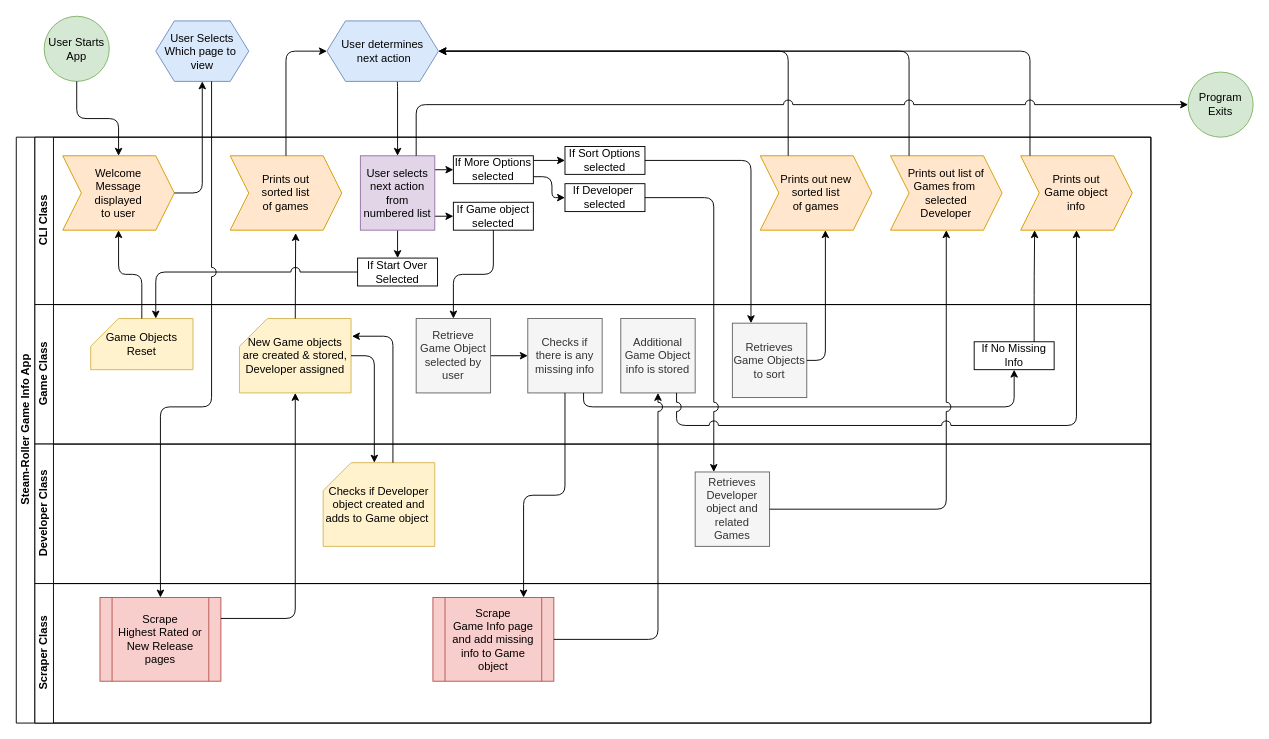
Before: SteamRoller_Outline.drawio in kingsley113/Cams-super-awesome-repository, a draw.io diagram. Source tidied: cells renumbered, new cells numbered last; positions are measured from the earlier drawing's top-left corner, leaving out a move shared by most shapes. Both pictures are drawn from the tidied source at 93%, with x=0, y=0 at pixel (16, 16).
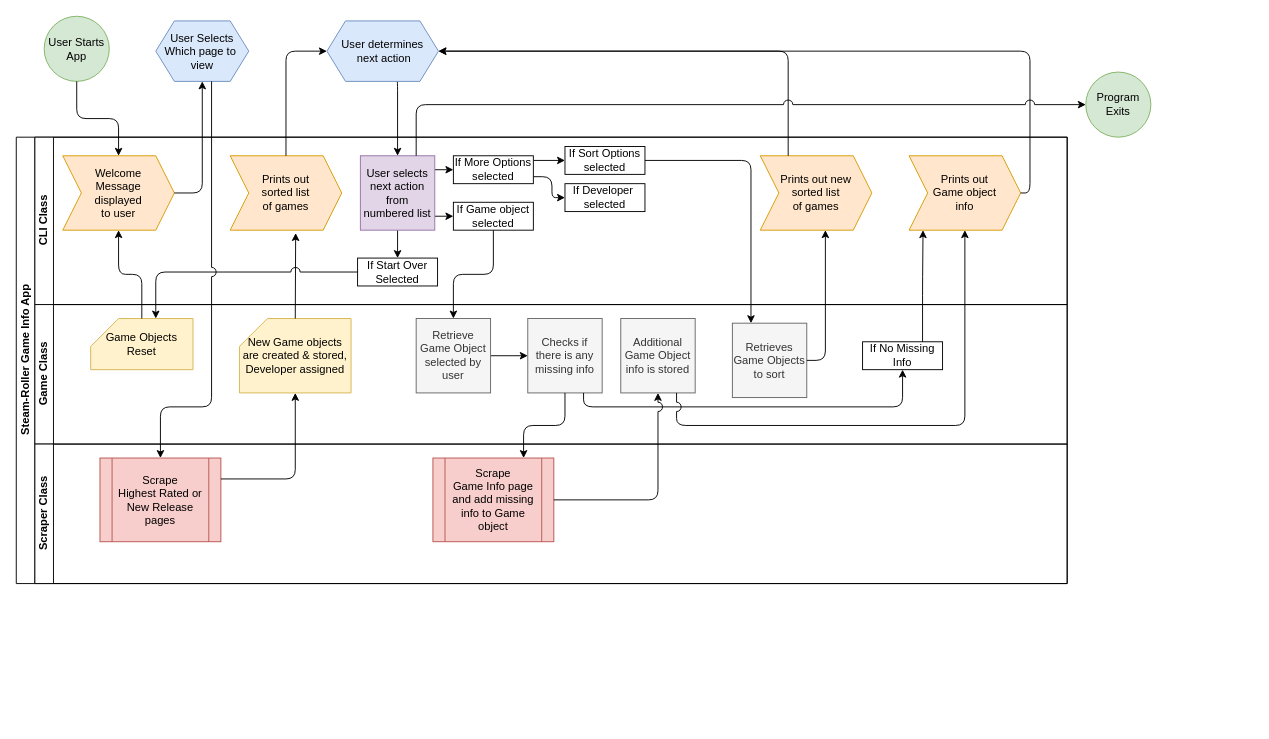
Above is the later version.

Unchanged cells that the change refers to:
```xml
<mxCell id="15" value="If Developer&amp;nbsp;&lt;br&gt;selected" style="whiteSpace=wrap;html=1;fontFamily=Helvetica;fontSize=12;align=center;" parent="3" vertex="1">
  <mxGeometry x="570" y="50" width="86" height="30" as="geometry" />
</mxCell>
<mxCell id="21" value="New Game objects are created &amp;amp; stored, Developer assigned" style="shape=card;whiteSpace=wrap;html=1;glass=0;fillColor=#fff2cc;strokeColor=#d6b656;" parent="20" vertex="1">
  <mxGeometry x="220" y="15" width="120" height="80" as="geometry" />
</mxCell>
<mxCell id="24" value="Additional Game Object info is stored" style="whiteSpace=wrap;html=1;glass=0;fillColor=#f5f5f5;strokeColor=#666666;fontColor=#333333;" parent="20" vertex="1">
  <mxGeometry x="630" y="15" width="80" height="80" as="geometry" />
</mxCell>
<mxCell id="26" value="Checks if there is any missing info" style="whiteSpace=wrap;html=1;glass=0;fillColor=#f5f5f5;strokeColor=#666666;fontColor=#333333;" parent="20" vertex="1">
  <mxGeometry x="530" y="15" width="80" height="80" as="geometry" />
</mxCell>
<mxCell id="57" value="User determines&lt;br&gt;&amp;nbsp;next action" style="shape=hexagon;perimeter=hexagonPerimeter2;whiteSpace=wrap;html=1;fixedSize=1;glass=0;fillColor=#dae8fc;strokeColor=#6c8ebf;" parent="1" vertex="1">
  <mxGeometry x="334" y="5" width="120" height="65" as="geometry" />
</mxCell>
```

Change to the diagram source:
```diff
@@
     <mxCell id="2" value="Steam-Roller Game Info App" style="swimlane;html=1;horizontal=0;startSize=20;" parent="1" vertex="1">
-      <mxGeometry y="130" width="1220" height="630" as="geometry" />
+      <mxGeometry y="130" width="1130" height="480" as="geometry" />
     </mxCell>
     <mxCell id="3" value="CLI Class" style="swimlane;html=1;startSize=20;horizontal=0;perimeterSpacing=1;glass=0;" parent="2" vertex="1">
-      <mxGeometry x="20" width="1200" height="180" as="geometry" />
+      <mxGeometry x="20" width="1110" height="180" as="geometry" />
     </mxCell>
@@
-    <mxCell id="17" value="Prints out list of Games from&amp;nbsp;&lt;br&gt;selected &lt;br&gt;Developer" style="shape=step;perimeter=stepPerimeter;whiteSpace=wrap;html=1;fixedSize=1;glass=0;fillColor=#ffe6cc;strokeColor=#d79b00;" parent="3" vertex="1">
-      <mxGeometry x="920" y="20" width="120" height="80" as="geometry" />
-    </mxCell>
     <mxCell id="18" value="Prints out &lt;br&gt;Game object &lt;br&gt;info" style="shape=step;perimeter=stepPerimeter;whiteSpace=wrap;html=1;fixedSize=1;glass=0;fillColor=#ffe6cc;strokeColor=#d79b00;" parent="3" vertex="1">
-      <mxGeometry x="1060" y="20" width="120" height="80" as="geometry" />
+      <mxGeometry x="940" y="20" width="120" height="80" as="geometry" />
     </mxCell>
@@
     <mxCell id="20" value="Game Class" style="swimlane;html=1;startSize=20;horizontal=0;glass=0;" parent="2" vertex="1">
-      <mxGeometry x="20" y="180" width="1200" height="150" as="geometry" />
+      <mxGeometry x="20" y="180" width="1110" height="150" as="geometry" />
     </mxCell>
@@
     <mxCell id="27" value="If No Missing Info" style="whiteSpace=wrap;html=1;fontFamily=Helvetica;fontSize=12;align=center;" parent="20" vertex="1">
-      <mxGeometry x="1010" y="40" width="86" height="30" as="geometry" />
+      <mxGeometry x="890" y="40" width="86" height="30" as="geometry" />
     </mxCell>
     <mxCell id="28" style="edgeStyle=orthogonalEdgeStyle;jettySize=auto;html=1;exitX=0.75;exitY=1;exitDx=0;exitDy=0;entryX=0.5;entryY=1;entryDx=0;entryDy=0;jumpStyle=arc;jumpSize=10;shadow=0;sketch=0;" parent="20" edge="1" source="26" target="27">
       <mxGeometry relative="1" as="geometry">
         <Array as="points">
           <mxPoint x="590" y="110" />
-          <mxPoint x="1053" y="110" />
+          <mxPoint x="933" y="110" />
         </Array>
       </mxGeometry>
     </mxCell>
@@
-    <mxCell id="30" value="Developer Class" style="swimlane;html=1;startSize=20;horizontal=0;" parent="2" vertex="1">
-      <mxGeometry x="20" y="330" width="1200" height="150" as="geometry" />
-    </mxCell>
-    <mxCell id="31" value="Checks if Developer object created and adds to Game object&amp;nbsp;" style="shape=card;whiteSpace=wrap;html=1;glass=0;fillColor=#fff2cc;strokeColor=#d6b656;" parent="30" vertex="1">
-      <mxGeometry x="310" y="20" width="120" height="90" as="geometry" />
-    </mxCell>
-    <mxCell id="32" value="Retrieves Developer object and related Games" style="whiteSpace=wrap;html=1;glass=0;fillColor=#f5f5f5;strokeColor=#666666;fontColor=#333333;" parent="30" vertex="1">
-      <mxGeometry x="710" y="30" width="80" height="80" as="geometry" />
-    </mxCell>
     <mxCell id="33" value="Scraper Class" style="swimlane;html=1;startSize=20;horizontal=0;" parent="2" vertex="1">
-      <mxGeometry x="20" y="480" width="1200" height="150" as="geometry" />
+      <mxGeometry x="20" y="330" width="1110" height="150" as="geometry" />
     </mxCell>
@@
-    <mxCell id="37" style="edgeStyle=orthogonalEdgeStyle;jettySize=auto;html=1;exitX=1;exitY=0.5;exitDx=0;exitDy=0;exitPerimeter=0;entryX=0;entryY=0;entryDx=55;entryDy=0;entryPerimeter=0;" parent="2" edge="1" source="21" target="31">
-      <mxGeometry relative="1" as="geometry" />
-    </mxCell>
-    <mxCell id="38" style="edgeStyle=orthogonalEdgeStyle;jettySize=auto;html=1;exitX=0;exitY=0;exitDx=75;exitDy=0;exitPerimeter=0;entryX=1.008;entryY=0.238;entryDx=0;entryDy=0;entryPerimeter=0;" parent="2" edge="1" source="31" target="21">
-      <mxGeometry relative="1" as="geometry" />
-    </mxCell>
@@
-    <mxCell id="40" style="edgeStyle=orthogonalEdgeStyle;jettySize=auto;html=1;entryX=0.25;entryY=0;entryDx=0;entryDy=0;exitX=1;exitY=0.5;exitDx=0;exitDy=0;jumpStyle=arc;jumpSize=10;" parent="2" edge="1" source="15" target="32">
-      <mxGeometry relative="1" as="geometry" />
-    </mxCell>
@@
-    <mxCell id="43" style="edgeStyle=orthogonalEdgeStyle;jettySize=auto;html=1;entryX=0.5;entryY=1;entryDx=0;entryDy=0;jumpStyle=arc;jumpSize=10;" parent="2" edge="1" source="32" target="17">
-      <mxGeometry relative="1" as="geometry" />
-    </mxCell>
     <mxCell id="44" style="edgeStyle=orthogonalEdgeStyle;jettySize=auto;html=1;exitX=0.75;exitY=1;exitDx=0;exitDy=0;entryX=0.5;entryY=1;entryDx=0;entryDy=0;jumpStyle=arc;jumpSize=10;" parent="2" edge="1" source="24" target="18">
       <mxGeometry relative="1" as="geometry">
         <Array as="points">
           <mxPoint x="710" y="310" />
-          <mxPoint x="1140" y="310" />
+          <mxPoint x="1020" y="310" />
         </Array>
       </mxGeometry>
     </mxCell>
@@
-    <mxCell id="59" style="edgeStyle=orthogonalEdgeStyle;jettySize=auto;html=1;entryX=1;entryY=0.5;entryDx=0;entryDy=0;jumpStyle=arc;jumpSize=10;" parent="1" edge="1" source="17" target="57">
-      <mxGeometry relative="1" as="geometry">
-        <Array as="points">
-          <mxPoint x="960" y="38" />
-        </Array>
-      </mxGeometry>
-    </mxCell>
@@
     <mxCell id="62" value="Program Exits" style="ellipse;whiteSpace=wrap;html=1;fillColor=#d5e8d4;strokeColor=#82b366;" parent="1" vertex="1">
-      <mxGeometry x="1260" y="60" width="70" height="70" as="geometry" />
+      <mxGeometry x="1150" y="60" width="70" height="70" as="geometry" />
     </mxCell>
```
